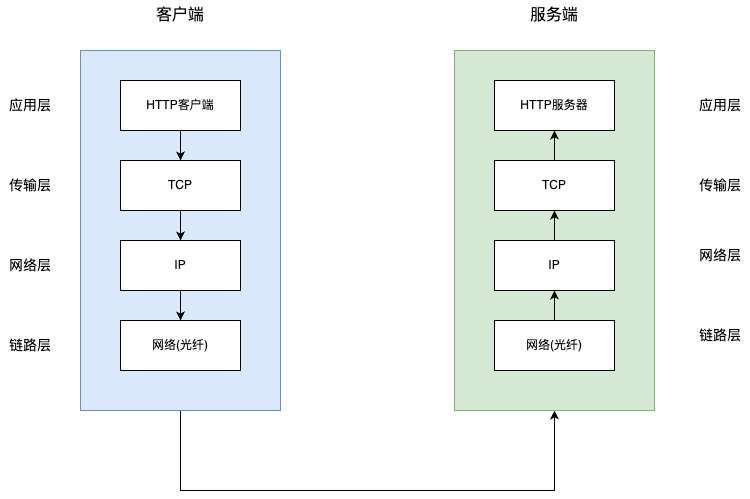
JYbill/draw keeps this draw.io diagram as HTTP:通信传输流.drawio.png. Above is the earlier version. Source tidied: cells renumbered, new cells last; positions are measured from the earlier drawing's top-left corner, leaving out a move shared by most shapes.
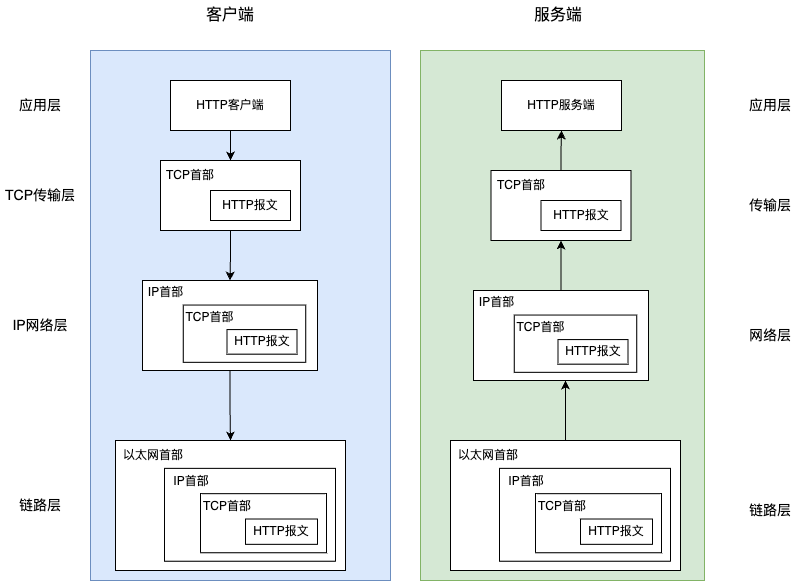
After the change.

Commit message:
更新HTTP:通信传输流.drawio.png

Change to the diagram source:
```diff
@@ -2,91 +2,181 @@
   <root>
     <mxCell id="0" />
     <mxCell id="1" parent="0" />
-    <mxCell id="2" style="edgeStyle=orthogonalEdgeStyle;rounded=0;jettySize=auto;html=1;exitX=0.5;exitY=1;exitDx=0;exitDy=0;entryX=0.5;entryY=1;entryDx=0;entryDy=0;" parent="1" edge="1" source="3" target="16">
-      <mxGeometry relative="1" as="geometry">
-        <Array as="points">
-          <mxPoint x="180" y="490" />
-          <mxPoint x="554" y="490" />
-        </Array>
-      </mxGeometry>
-    </mxCell>
     <mxCell id="3" style="rounded=0;whiteSpace=wrap;html=1;fillColor=#dae8fc;strokeColor=#6c8ebf;" parent="1" vertex="1">
-      <mxGeometry x="80" y="50" width="200" height="360" as="geometry" />
+      <mxGeometry x="40" y="50" width="300" height="530" as="geometry" />
     </mxCell>
-    <mxCell id="4" style="edgeStyle=orthogonalEdgeStyle;rounded=0;jettySize=auto;html=1;exitX=0.5;exitY=1;exitDx=0;exitDy=0;" parent="1" edge="1" source="5" target="7">
+    <mxCell id="4" style="edgeStyle=orthogonalEdgeStyle;rounded=0;jettySize=auto;html=1;exitX=0.5;exitY=1;exitDx=0;exitDy=0;entryX=0.5;entryY=0;entryDx=0;entryDy=0;entryPerimeter=0;" parent="1" edge="1" source="5" target="62">
       <mxGeometry relative="1" as="geometry" />
     </mxCell>
     <mxCell id="5" value="HTTP客户端" style="rounded=0;whiteSpace=wrap;html=1;" parent="1" vertex="1">
       <mxGeometry x="120" y="80" width="120" height="50" as="geometry" />
     </mxCell>
-    <mxCell id="6" style="edgeStyle=orthogonalEdgeStyle;rounded=0;jettySize=auto;html=1;exitX=0.5;exitY=1;exitDx=0;exitDy=0;entryX=0.5;entryY=0;entryDx=0;entryDy=0;" parent="1" edge="1" source="7" target="9">
-      <mxGeometry relative="1" as="geometry" />
-    </mxCell>
-    <mxCell id="7" value="TCP" style="rounded=0;whiteSpace=wrap;html=1;" parent="1" vertex="1">
-      <mxGeometry x="120" y="160" width="120" height="50" as="geometry" />
-    </mxCell>
-    <mxCell id="8" style="edgeStyle=orthogonalEdgeStyle;rounded=0;jettySize=auto;html=1;exitX=0.5;exitY=1;exitDx=0;exitDy=0;" parent="1" edge="1" source="9" target="10">
-      <mxGeometry relative="1" as="geometry" />
-    </mxCell>
-    <mxCell id="9" value="IP" style="rounded=0;whiteSpace=wrap;html=1;" parent="1" vertex="1">
-      <mxGeometry x="120" y="240" width="120" height="50" as="geometry" />
-    </mxCell>
-    <mxCell id="10" value="网络(光纤)" style="rounded=0;whiteSpace=wrap;html=1;" parent="1" vertex="1">
-      <mxGeometry x="120" y="320" width="120" height="50" as="geometry" />
-    </mxCell>
     <mxCell id="11" value="客户端" style="text;html=1;strokeColor=none;fillColor=none;align=center;verticalAlign=middle;whiteSpace=wrap;rounded=0;fontSize=16;" parent="1" vertex="1">
       <mxGeometry x="150" width="60" height="30" as="geometry" />
     </mxCell>
     <mxCell id="12" value="应用层" style="text;html=1;strokeColor=none;fillColor=none;align=center;verticalAlign=middle;whiteSpace=wrap;rounded=0;fontSize=14;" parent="1" vertex="1">
-      <mxGeometry y="90" width="60" height="30" as="geometry" />
+      <mxGeometry x="-40" y="90" width="60" height="30" as="geometry" />
     </mxCell>
-    <mxCell id="13" value="传输层" style="text;html=1;strokeColor=none;fillColor=none;align=center;verticalAlign=middle;whiteSpace=wrap;rounded=0;fontSize=14;" parent="1" vertex="1">
-      <mxGeometry y="170" width="60" height="30" as="geometry" />
+    <mxCell id="13" value="TCP传输层" style="text;html=1;strokeColor=none;fillColor=none;align=center;verticalAlign=middle;whiteSpace=wrap;rounded=0;fontSize=14;" parent="1" vertex="1">
+      <mxGeometry x="-50" y="180" width="80" height="30" as="geometry" />
     </mxCell>
-    <mxCell id="14" value="网络层" style="text;html=1;strokeColor=none;fillColor=none;align=center;verticalAlign=middle;whiteSpace=wrap;rounded=0;fontSize=14;" parent="1" vertex="1">
-      <mxGeometry y="250" width="60" height="30" as="geometry" />
+    <mxCell id="14" value="IP网络层" style="text;html=1;strokeColor=none;fillColor=none;align=center;verticalAlign=middle;whiteSpace=wrap;rounded=0;fontSize=14;" parent="1" vertex="1">
+      <mxGeometry x="-40" y="310" width="60" height="30" as="geometry" />
     </mxCell>
     <mxCell id="15" value="链路层" style="text;html=1;strokeColor=none;fillColor=none;align=center;verticalAlign=middle;whiteSpace=wrap;rounded=0;fontSize=14;" parent="1" vertex="1">
-      <mxGeometry y="330" width="60" height="30" as="geometry" />
+      <mxGeometry x="-40" y="490" width="60" height="30" as="geometry" />
     </mxCell>
     <mxCell id="16" style="rounded=0;whiteSpace=wrap;html=1;fillColor=#d5e8d4;strokeColor=#82b366;" parent="1" vertex="1">
-      <mxGeometry x="454" y="50" width="200" height="360" as="geometry" />
+      <mxGeometry x="370" y="50" width="284" height="530" as="geometry" />
     </mxCell>
-    <mxCell id="17" value="HTTP服务器" style="rounded=0;whiteSpace=wrap;html=1;" parent="1" vertex="1">
-      <mxGeometry x="494" y="80" width="120" height="50" as="geometry" />
+    <mxCell id="17" value="HTTP服务端" style="rounded=0;whiteSpace=wrap;html=1;" parent="1" vertex="1">
+      <mxGeometry x="451" y="80" width="120" height="50" as="geometry" />
     </mxCell>
-    <mxCell id="18" style="edgeStyle=orthogonalEdgeStyle;rounded=0;jettySize=auto;html=1;exitX=0.5;exitY=0;exitDx=0;exitDy=0;entryX=0.5;entryY=1;entryDx=0;entryDy=0;" parent="1" edge="1" source="19" target="17">
-      <mxGeometry relative="1" as="geometry" />
-    </mxCell>
-    <mxCell id="19" value="TCP" style="rounded=0;whiteSpace=wrap;html=1;" parent="1" vertex="1">
-      <mxGeometry x="494" y="160" width="120" height="50" as="geometry" />
-    </mxCell>
-    <mxCell id="20" style="edgeStyle=orthogonalEdgeStyle;rounded=0;jettySize=auto;html=1;exitX=0.5;exitY=0;exitDx=0;exitDy=0;entryX=0.5;entryY=1;entryDx=0;entryDy=0;" parent="1" edge="1" source="21" target="19">
-      <mxGeometry relative="1" as="geometry" />
-    </mxCell>
-    <mxCell id="21" value="IP" style="rounded=0;whiteSpace=wrap;html=1;" parent="1" vertex="1">
-      <mxGeometry x="494" y="240" width="120" height="50" as="geometry" />
-    </mxCell>
-    <mxCell id="22" style="edgeStyle=orthogonalEdgeStyle;rounded=0;jettySize=auto;html=1;exitX=0.5;exitY=0;exitDx=0;exitDy=0;entryX=0.5;entryY=1;entryDx=0;entryDy=0;" parent="1" edge="1" source="23" target="21">
-      <mxGeometry relative="1" as="geometry" />
-    </mxCell>
-    <mxCell id="23" value="网络(光纤)" style="rounded=0;whiteSpace=wrap;html=1;" parent="1" vertex="1">
-      <mxGeometry x="494" y="320" width="120" height="50" as="geometry" />
-    </mxCell>
     <mxCell id="24" value="服务端" style="text;html=1;strokeColor=none;fillColor=none;align=center;verticalAlign=middle;whiteSpace=wrap;rounded=0;fontSize=16;" parent="1" vertex="1">
-      <mxGeometry x="524" width="60" height="30" as="geometry" />
+      <mxGeometry x="477.5" width="60" height="30" as="geometry" />
     </mxCell>
     <mxCell id="25" value="应用层" style="text;html=1;strokeColor=none;fillColor=none;align=center;verticalAlign=middle;whiteSpace=wrap;rounded=0;fontSize=14;" parent="1" vertex="1">
       <mxGeometry x="690" y="90" width="60" height="30" as="geometry" />
     </mxCell>
     <mxCell id="26" value="传输层" style="text;html=1;strokeColor=none;fillColor=none;align=center;verticalAlign=middle;whiteSpace=wrap;rounded=0;fontSize=14;" parent="1" vertex="1">
-      <mxGeometry x="690" y="170" width="60" height="30" as="geometry" />
+      <mxGeometry x="690" y="190" width="60" height="30" as="geometry" />
     </mxCell>
     <mxCell id="27" value="网络层" style="text;html=1;strokeColor=none;fillColor=none;align=center;verticalAlign=middle;whiteSpace=wrap;rounded=0;fontSize=14;" parent="1" vertex="1">
-      <mxGeometry x="690" y="240" width="60" height="30" as="geometry" />
+      <mxGeometry x="690" y="320" width="60" height="30" as="geometry" />
     </mxCell>
     <mxCell id="28" value="链路层" style="text;html=1;strokeColor=none;fillColor=none;align=center;verticalAlign=middle;whiteSpace=wrap;rounded=0;fontSize=14;" parent="1" vertex="1">
-      <mxGeometry x="690" y="320" width="60" height="30" as="geometry" />
+      <mxGeometry x="690" y="495" width="60" height="30" as="geometry" />
     </mxCell>
+    <mxCell id="29" style="edgeStyle=orthogonalEdgeStyle;rounded=0;jettySize=auto;html=1;exitX=0.5;exitY=1;exitDx=0;exitDy=0;" parent="1" edge="1" source="62" target="31">
+      <mxGeometry relative="1" as="geometry" />
+    </mxCell>
+    <mxCell id="30" style="group;" parent="1" vertex="1">
+      <mxGeometry x="89" y="280" width="175" height="90" as="geometry" />
+    </mxCell>
+    <mxCell id="31" value="IP" style="rounded=0;whiteSpace=wrap;html=1;" parent="30" vertex="1">
+      <mxGeometry x="3" width="175" height="90" as="geometry" />
+    </mxCell>
+    <mxCell id="32" style="rounded=0;whiteSpace=wrap;html=1;" parent="30" vertex="1">
+      <mxGeometry x="43.8" y="24.5" width="122.5" height="57.3" as="geometry" />
+    </mxCell>
+    <mxCell id="33" value="HTTP报文" style="rounded=0;whiteSpace=wrap;html=1;" parent="30" vertex="1">
+      <mxGeometry x="87.5" y="49.1" width="70" height="24.5" as="geometry" />
+    </mxCell>
+    <mxCell id="34" value="TCP首部" style="text;html=1;strokeColor=none;fillColor=none;align=center;verticalAlign=middle;whiteSpace=wrap;rounded=0;" parent="30" vertex="1">
+      <mxGeometry x="43.8" y="24.5" width="52.5" height="24.5" as="geometry" />
+    </mxCell>
+    <mxCell id="35" value="IP首部" style="text;html=1;strokeColor=none;fillColor=none;align=center;verticalAlign=middle;whiteSpace=wrap;rounded=0;" parent="30" vertex="1">
+      <mxGeometry width="52.5" height="24.5" as="geometry" />
+    </mxCell>
+    <mxCell id="36" style="group;" parent="1" vertex="1">
+      <mxGeometry x="65" y="440" width="230" height="130" as="geometry" />
+    </mxCell>
+    <mxCell id="10" style="rounded=0;whiteSpace=wrap;html=1;" parent="36" vertex="1">
+      <mxGeometry width="230" height="130" as="geometry" />
+    </mxCell>
+    <mxCell id="37" style="group;" parent="36" vertex="1">
+      <mxGeometry x="40" y="27.9" width="180" height="92.9" as="geometry" />
+    </mxCell>
+    <mxCell id="38" value="IP" style="rounded=0;whiteSpace=wrap;html=1;" parent="37" vertex="1">
+      <mxGeometry x="9" width="171" height="92.9" as="geometry" />
+    </mxCell>
+    <mxCell id="39" style="rounded=0;whiteSpace=wrap;html=1;" parent="37" vertex="1">
+      <mxGeometry x="45" y="25.3" width="126" height="59.1" as="geometry" />
+    </mxCell>
+    <mxCell id="40" value="HTTP报文" style="rounded=0;whiteSpace=wrap;html=1;" parent="37" vertex="1">
+      <mxGeometry x="90" y="50.6" width="72" height="25.3" as="geometry" />
+    </mxCell>
+    <mxCell id="41" value="TCP首部" style="text;html=1;strokeColor=none;fillColor=none;align=center;verticalAlign=middle;whiteSpace=wrap;rounded=0;" parent="37" vertex="1">
+      <mxGeometry x="45" y="25.3" width="54" height="25.3" as="geometry" />
+    </mxCell>
+    <mxCell id="42" value="IP首部" style="text;html=1;strokeColor=none;fillColor=none;align=center;verticalAlign=middle;whiteSpace=wrap;rounded=0;" parent="37" vertex="1">
+      <mxGeometry x="9" width="54" height="25.3" as="geometry" />
+    </mxCell>
+    <mxCell id="43" value="以太网首部" style="text;html=1;strokeColor=none;fillColor=none;align=center;verticalAlign=middle;whiteSpace=wrap;rounded=0;" parent="36" vertex="1">
+      <mxGeometry x="6" y="2.5" width="64" height="25.3" as="geometry" />
+    </mxCell>
+    <mxCell id="44" style="edgeStyle=orthogonalEdgeStyle;rounded=0;jettySize=auto;html=1;exitX=0.5;exitY=1;exitDx=0;exitDy=0;" parent="1" edge="1" source="31" target="10">
+      <mxGeometry relative="1" as="geometry" />
+    </mxCell>
+    <mxCell id="45" style="group;" parent="1" vertex="1">
+      <mxGeometry x="400" y="440" width="230" height="130" as="geometry" />
+    </mxCell>
+    <mxCell id="46" style="edgeStyle=orthogonalEdgeStyle;rounded=0;jettySize=auto;html=1;exitX=0.5;exitY=0;exitDx=0;exitDy=0;" parent="45" edge="1" source="47">
+      <mxGeometry relative="1" as="geometry">
+        <mxPoint x="115" y="-60" as="targetPoint" />
+      </mxGeometry>
+    </mxCell>
+    <mxCell id="47" style="rounded=0;whiteSpace=wrap;html=1;" parent="45" vertex="1">
+      <mxGeometry width="230" height="130" as="geometry" />
+    </mxCell>
+    <mxCell id="48" style="group;" parent="45" vertex="1">
+      <mxGeometry x="40" y="27.9" width="180" height="92.9" as="geometry" />
+    </mxCell>
+    <mxCell id="49" value="IP" style="rounded=0;whiteSpace=wrap;html=1;" parent="48" vertex="1">
+      <mxGeometry x="9" width="171" height="92.9" as="geometry" />
+    </mxCell>
+    <mxCell id="50" style="rounded=0;whiteSpace=wrap;html=1;" parent="48" vertex="1">
+      <mxGeometry x="45" y="25.3" width="126" height="59.1" as="geometry" />
+    </mxCell>
+    <mxCell id="51" value="HTTP报文" style="rounded=0;whiteSpace=wrap;html=1;" parent="48" vertex="1">
+      <mxGeometry x="90" y="50.6" width="72" height="25.3" as="geometry" />
+    </mxCell>
+    <mxCell id="52" value="TCP首部" style="text;html=1;strokeColor=none;fillColor=none;align=center;verticalAlign=middle;whiteSpace=wrap;rounded=0;" parent="48" vertex="1">
+      <mxGeometry x="45" y="25.3" width="54" height="25.3" as="geometry" />
+    </mxCell>
+    <mxCell id="53" value="IP首部" style="text;html=1;strokeColor=none;fillColor=none;align=center;verticalAlign=middle;whiteSpace=wrap;rounded=0;" parent="48" vertex="1">
+      <mxGeometry x="9" width="54" height="25.3" as="geometry" />
+    </mxCell>
+    <mxCell id="54" value="以太网首部" style="text;html=1;strokeColor=none;fillColor=none;align=center;verticalAlign=middle;whiteSpace=wrap;rounded=0;" parent="45" vertex="1">
+      <mxGeometry x="6" y="2.5" width="64" height="25.3" as="geometry" />
+    </mxCell>
+    <mxCell id="55" style="group;" parent="1" vertex="1">
+      <mxGeometry x="420" y="290" width="175" height="90" as="geometry" />
+    </mxCell>
+    <mxCell id="56" value="IP" style="rounded=0;whiteSpace=wrap;html=1;" parent="55" vertex="1">
+      <mxGeometry x="3" width="175" height="90" as="geometry" />
+    </mxCell>
+    <mxCell id="57" style="rounded=0;whiteSpace=wrap;html=1;" parent="55" vertex="1">
+      <mxGeometry x="43.8" y="24.5" width="122.5" height="57.3" as="geometry" />
+    </mxCell>
+    <mxCell id="58" value="HTTP报文" style="rounded=0;whiteSpace=wrap;html=1;" parent="55" vertex="1">
+      <mxGeometry x="87.5" y="49.1" width="70" height="24.5" as="geometry" />
+    </mxCell>
+    <mxCell id="59" value="TCP首部" style="text;html=1;strokeColor=none;fillColor=none;align=center;verticalAlign=middle;whiteSpace=wrap;rounded=0;" parent="55" vertex="1">
+      <mxGeometry x="43.8" y="24.5" width="52.5" height="24.5" as="geometry" />
+    </mxCell>
+    <mxCell id="60" value="IP首部" style="text;html=1;strokeColor=none;fillColor=none;align=center;verticalAlign=middle;whiteSpace=wrap;rounded=0;" parent="55" vertex="1">
+      <mxGeometry width="52.5" height="24.5" as="geometry" />
+    </mxCell>
+    <mxCell id="61" style="group;" parent="1" vertex="1">
+      <mxGeometry x="110" y="160" width="140" height="70" as="geometry" />
+    </mxCell>
+    <mxCell id="62" style="rounded=0;whiteSpace=wrap;html=1;" parent="61" vertex="1">
+      <mxGeometry width="140" height="70" as="geometry" />
+    </mxCell>
+    <mxCell id="63" value="HTTP报文" style="rounded=0;whiteSpace=wrap;html=1;" parent="61" vertex="1">
+      <mxGeometry x="50" y="30" width="80" height="30" as="geometry" />
+    </mxCell>
+    <mxCell id="64" value="TCP首部" style="text;html=1;strokeColor=none;fillColor=none;align=center;verticalAlign=middle;whiteSpace=wrap;rounded=0;" parent="61" vertex="1">
+      <mxGeometry width="60" height="30" as="geometry" />
+    </mxCell>
+    <mxCell id="65" style="group;" parent="1" vertex="1">
+      <mxGeometry x="440.5" y="170" width="140" height="70" as="geometry" />
+    </mxCell>
+    <mxCell id="66" style="rounded=0;whiteSpace=wrap;html=1;" parent="65" vertex="1">
+      <mxGeometry width="140" height="70" as="geometry" />
+    </mxCell>
+    <mxCell id="67" value="HTTP报文" style="rounded=0;whiteSpace=wrap;html=1;" parent="65" vertex="1">
+      <mxGeometry x="50" y="30" width="80" height="30" as="geometry" />
+    </mxCell>
+    <mxCell id="68" value="TCP首部" style="text;html=1;strokeColor=none;fillColor=none;align=center;verticalAlign=middle;whiteSpace=wrap;rounded=0;" parent="65" vertex="1">
+      <mxGeometry width="60" height="30" as="geometry" />
+    </mxCell>
+    <mxCell id="69" style="edgeStyle=orthogonalEdgeStyle;rounded=0;jettySize=auto;html=1;exitX=0.5;exitY=0;exitDx=0;exitDy=0;entryX=0.5;entryY=1;entryDx=0;entryDy=0;" parent="1" edge="1" source="56" target="66">
+      <mxGeometry relative="1" as="geometry" />
+    </mxCell>
+    <mxCell id="70" style="edgeStyle=orthogonalEdgeStyle;rounded=0;jettySize=auto;html=1;exitX=0.5;exitY=0;exitDx=0;exitDy=0;" parent="1" edge="1" source="66" target="17">
+      <mxGeometry relative="1" as="geometry" />
+    </mxCell>
   </root>
 </mxGraphModel>
```
